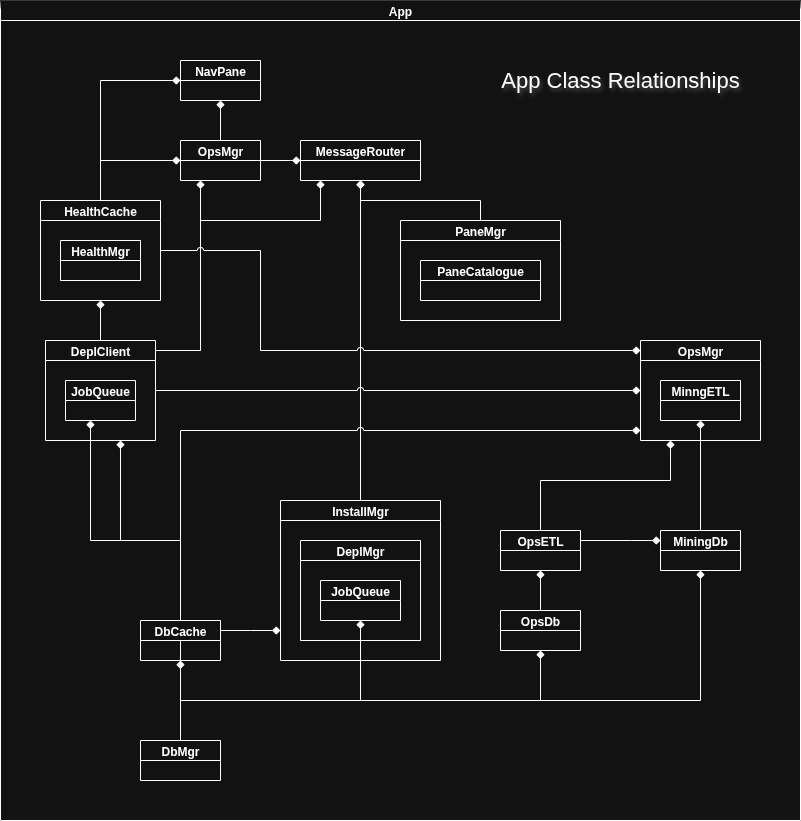
NadimGhaznavi/Db4E keeps this draw.io diagram as images/App-Relationships.png. Above is the earlier version. Source tidied: cells renumbered, new cells last; positions are measured from the earlier drawing's top-left corner, leaving out a move shared by most shapes.
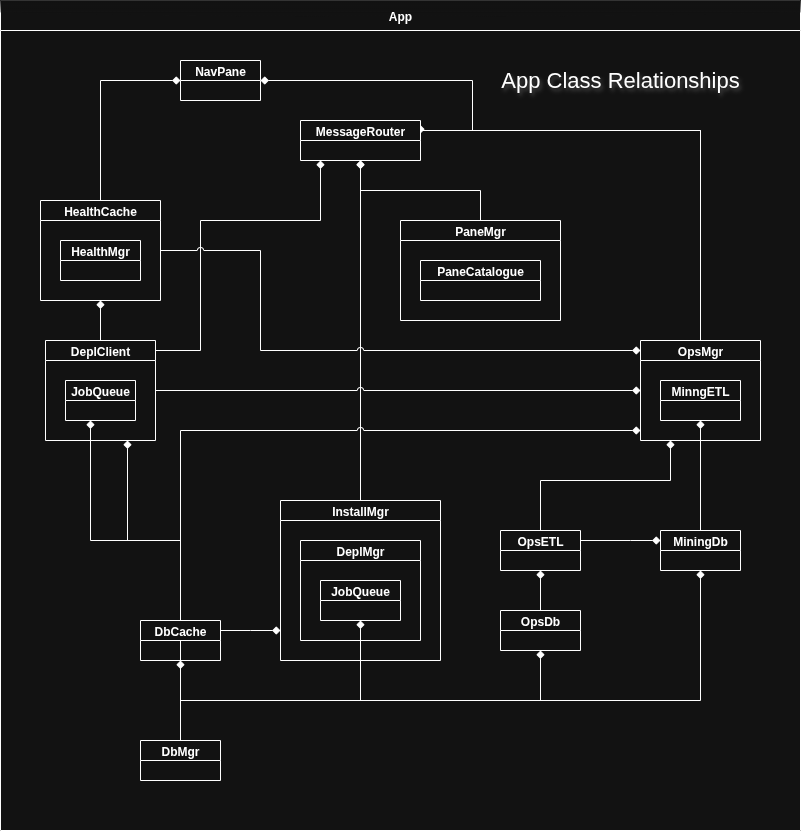
After the change.

Change to the diagram source:
```diff
@@ -2,20 +2,28 @@
   <root>
     <mxCell id="0" />
     <mxCell id="1" parent="0" />
-    <mxCell id="2" value="App" style="swimlane;startSize=20;glass=1;" parent="1" vertex="1">
-      <mxGeometry width="800" height="820" as="geometry" />
+    <mxCell id="2" value="App" style="swimlane;startSize=30;glass=1;direction=east;" parent="1" vertex="1">
+      <mxGeometry width="800" height="830" as="geometry" />
     </mxCell>
     <mxCell id="3" style="rounded=0;jettySize=auto;html=1;startArrow=diamond;startFill=1;endArrow=none;endFill=0;edgeStyle=orthogonalEdgeStyle;" parent="2" edge="1" source="26" target="8">
       <mxGeometry relative="1" as="geometry" />
     </mxCell>
-    <mxCell id="4" style="rounded=0;jettySize=auto;html=1;startArrow=diamond;startFill=1;endArrow=none;endFill=0;edgeStyle=orthogonalEdgeStyle;" parent="2" edge="1" source="11" target="12">
-      <mxGeometry relative="1" as="geometry" />
+    <mxCell id="4" style="rounded=0;jettySize=auto;html=1;startArrow=diamond;startFill=1;endArrow=none;endFill=0;edgeStyle=orthogonalEdgeStyle;" parent="2" edge="1" source="11" target="32">
+      <mxGeometry relative="1" as="geometry">
+        <Array as="points">
+          <mxPoint x="472" y="80" />
+          <mxPoint x="472" y="130" />
+          <mxPoint x="700" y="130" />
+        </Array>
+      </mxGeometry>
     </mxCell>
-    <mxCell id="5" style="rounded=0;jettySize=auto;html=1;startArrow=diamond;startFill=1;endArrow=none;endFill=0;edgeStyle=orthogonalEdgeStyle;" parent="2" edge="1" source="26" target="12">
+    <mxCell id="5" style="rounded=0;orthogonalLoop=1;jettySize=auto;html=1;startArrow=diamond;startFill=1;endArrow=none;endFill=0;edgeStyle=orthogonalEdgeStyle;" parent="2" edge="1">
       <mxGeometry relative="1" as="geometry">
+        <mxPoint x="420" y="133" as="sourcePoint" />
+        <mxPoint x="700" y="313" as="targetPoint" />
         <Array as="points">
-          <mxPoint x="290" y="160" />
-          <mxPoint x="290" y="160" />
+          <mxPoint x="420" y="130" />
+          <mxPoint x="700" y="130" />
         </Array>
       </mxGeometry>
     </mxCell>
@@ -43,9 +51,6 @@
     <mxCell id="11" value="NavPane" style="swimlane;startSize=20;" parent="2" vertex="1">
       <mxGeometry x="180" y="60" width="80" height="40" as="geometry" />
     </mxCell>
-    <mxCell id="12" value="OpsMgr" style="swimlane;startSize=20;" parent="2" vertex="1">
-      <mxGeometry x="180" y="140" width="80" height="40" as="geometry" />
-    </mxCell>
     <mxCell id="13" style="rounded=0;jettySize=auto;html=1;startArrow=diamond;startFill=1;endArrow=none;endFill=0;edgeStyle=orthogonalEdgeStyle;" parent="2" edge="1" source="24" target="14">
       <mxGeometry relative="1" as="geometry">
         <Array as="points">
@@ -79,18 +84,11 @@
     <mxCell id="18" style="rounded=0;jettySize=auto;html=1;startArrow=diamond;startFill=1;endArrow=none;endFill=0;edgeStyle=orthogonalEdgeStyle;" parent="2" edge="1" source="23" target="17">
       <mxGeometry relative="1" as="geometry">
         <Array as="points">
-          <mxPoint x="120" y="540" />
+          <mxPoint x="127" y="540" />
           <mxPoint x="180" y="540" />
         </Array>
       </mxGeometry>
     </mxCell>
-    <mxCell id="19" style="rounded=0;jettySize=auto;html=1;startArrow=diamond;startFill=1;endArrow=none;endFill=0;edgeStyle=orthogonalEdgeStyle;" parent="2" edge="1" source="12" target="23">
-      <mxGeometry relative="1" as="geometry">
-        <Array as="points">
-          <mxPoint x="200" y="350" />
-        </Array>
-      </mxGeometry>
-    </mxCell>
     <mxCell id="20" value="HealthCache" style="swimlane;startSize=20;" parent="2" vertex="1">
       <mxGeometry x="40" y="200" width="120" height="100" as="geometry" />
     </mxCell>
@@ -110,7 +108,7 @@
       <mxGeometry relative="1" as="geometry" />
     </mxCell>
     <mxCell id="26" value="MessageRouter" style="swimlane;startSize=20;" parent="2" vertex="1">
-      <mxGeometry x="300" y="140" width="120" height="40" as="geometry" />
+      <mxGeometry x="300" y="120" width="120" height="40" as="geometry" />
     </mxCell>
     <mxCell id="27" value="PaneMgr" style="swimlane;startSize=20;" parent="2" vertex="1">
       <mxGeometry x="400" y="220" width="160" height="100" as="geometry" />
@@ -121,9 +119,6 @@
     <mxCell id="29" value="App Class Relationships" style="text;html=1;align=center;verticalAlign=middle;whiteSpace=wrap;rounded=0;textShadow=1;fontSize=22;" parent="2" vertex="1">
       <mxGeometry x="480" y="65" width="280" height="30" as="geometry" />
     </mxCell>
-    <mxCell id="30" style="rounded=0;jettySize=auto;html=1;startArrow=diamond;startFill=1;endArrow=none;endFill=0;edgeStyle=orthogonalEdgeStyle;" parent="2" edge="1" source="12" target="20">
-      <mxGeometry relative="1" as="geometry" />
-    </mxCell>
     <mxCell id="31" style="rounded=0;jettySize=auto;html=1;startArrow=diamond;startFill=1;endArrow=none;endFill=0;edgeStyle=orthogonalEdgeStyle;" parent="2" edge="1" source="8" target="17">
       <mxGeometry relative="1" as="geometry">
         <Array as="points">
```
